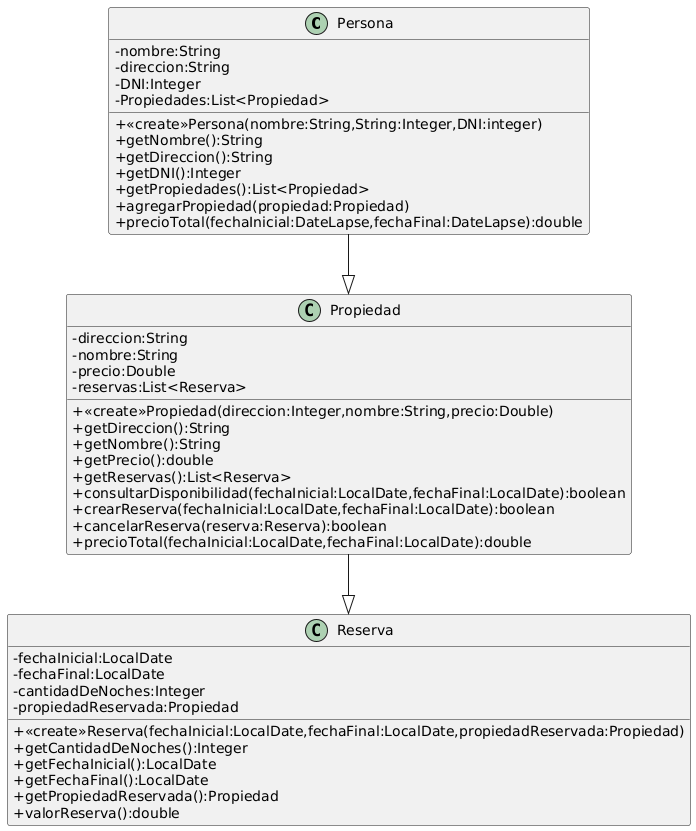
Before: Ejercicio17/uml.png, a diagram exported from PlantUML (FranManu18/Practica-Orientacion-a-Objetos-1).
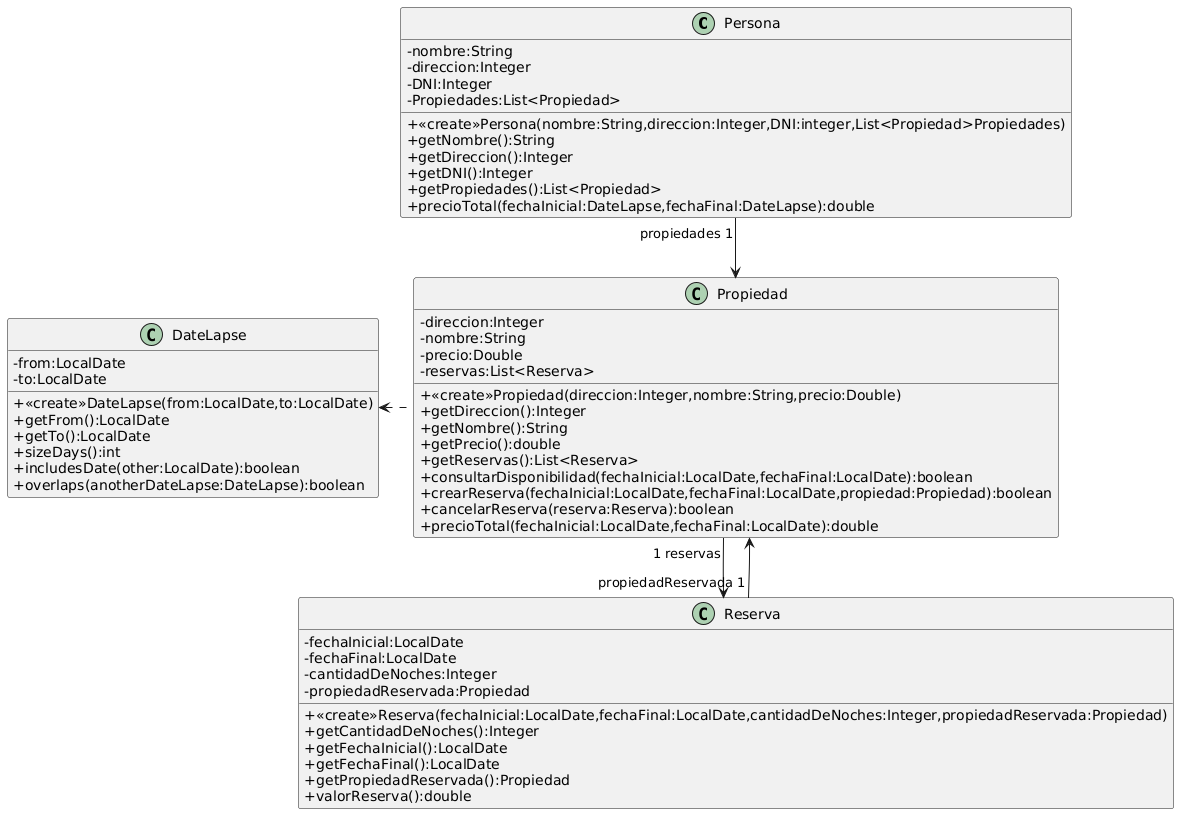
After the change.

Change to the diagram source:
```diff
@@ -2,49 +2,63 @@
 skinparam classAttributeIconSize 0
 class Persona{
 -nombre:String
--direccion:String
+-direccion:Integer
 -DNI:Integer
 -Propiedades:List<Propiedad>
-+<<create>>Persona(nombre:String,String:Integer,DNI:integer)
++<<create>>Persona(nombre:String,direccion:Integer,DNI:integer,List<Propiedad>Propiedades)
 +getNombre():String
-+getDireccion():String
++getDireccion():Integer
 +getDNI():Integer
 +getPropiedades():List<Propiedad>
-+agregarPropiedad(propiedad:Propiedad)
 +precioTotal(fechaInicial:DateLapse,fechaFinal:DateLapse):double
 }
 
-Persona--|>Propiedad
+class DateLapse{
+-from:LocalDate
+-to:LocalDate
++<<create>>DateLapse(from:LocalDate,to:LocalDate)
++getFrom():LocalDate
++getTo():LocalDate
++sizeDays():int
++includesDate(other:LocalDate):boolean
++overlaps(anotherDateLapse:DateLapse):boolean
+}
+
+Propiedad..Left>DateLapse
+
+Persona " propiedades 1"-->Propiedad
 
 class Propiedad{
--direccion:String
+-direccion:Integer
 -nombre:String
 -precio:Double
 -reservas:List<Reserva>
 
 +<<create>>Propiedad(direccion:Integer,nombre:String,precio:Double)
-+getDireccion():String
++getDireccion():Integer
 +getNombre():String
 +getPrecio():double
 +getReservas():List<Reserva>
 +consultarDisponibilidad(fechaInicial:LocalDate,fechaFinal:LocalDate):boolean
-+crearReserva(fechaInicial:LocalDate,fechaFinal:LocalDate):boolean
++crearReserva(fechaInicial:LocalDate,fechaFinal:LocalDate,propiedad:Propiedad):boolean
 +cancelarReserva(reserva:Reserva):boolean
 +precioTotal(fechaInicial:LocalDate,fechaFinal:LocalDate):double
 }
 
-Propiedad--|>Reserva
+Propiedad "1 reservas"-->Reserva
 
 class Reserva{
 -fechaInicial:LocalDate
 -fechaFinal:LocalDate
 -cantidadDeNoches:Integer
 -propiedadReservada:Propiedad
-+<<create>>Reserva(fechaInicial:LocalDate,fechaFinal:LocalDate,propiedadReservada:Propiedad)
++<<create>>Reserva(fechaInicial:LocalDate,fechaFinal:LocalDate,cantidadDeNoches:Integer,propiedadReservada:Propiedad)
 +getCantidadDeNoches():Integer
 +getFechaInicial():LocalDate
 +getFechaFinal():LocalDate
 +getPropiedadReservada():Propiedad
 +valorReserva():double
 }
+
+Reserva "propiedadReservada 1"-->Propiedad
 @enduml
```
